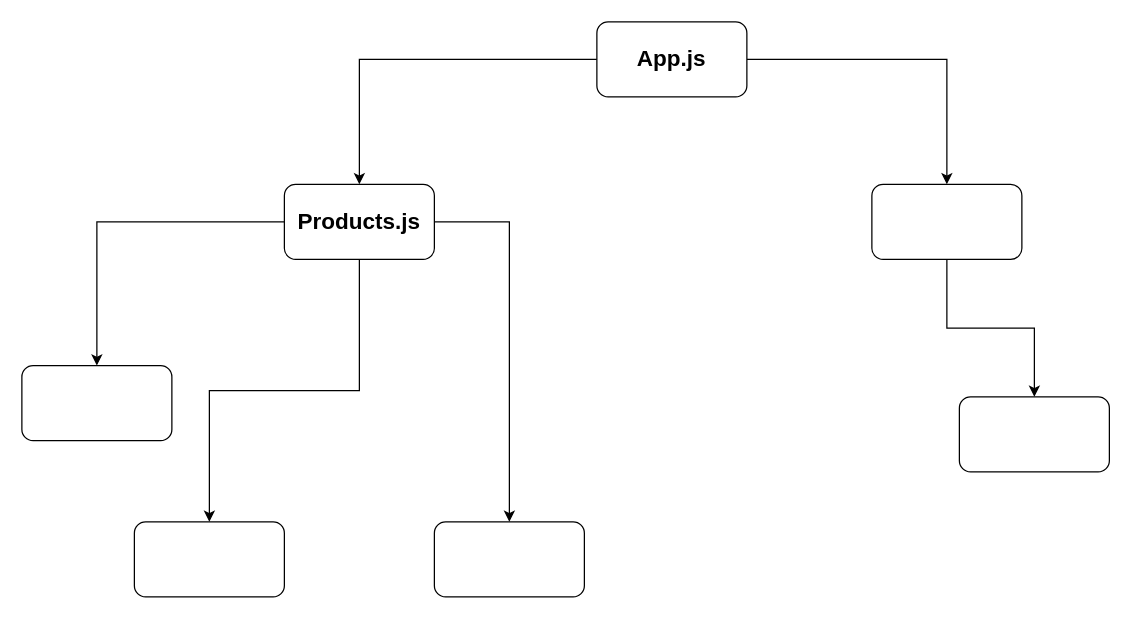
The draw.io diagram draw/Untitled Diagram.drawio in Augasty/simple-cart, before the edit. Source tidied: cells renumbered, new cells numbered last; positions are measured from the earlier drawing's top-left corner, leaving out a move shared by most shapes. Both pictures are drawn from the tidied source at 125%, with x=0, y=0 at pixel (21, 21).
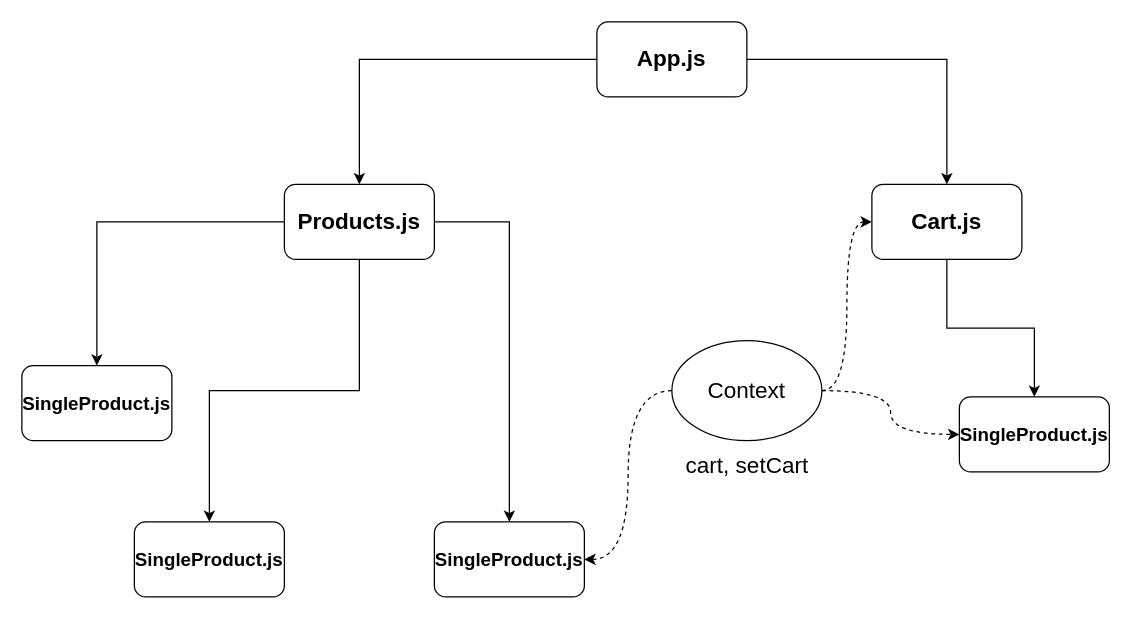
The same diagram, later.

What changed in the source:
```diff
@@
-    <mxCell id="10" style="rounded=1;whiteSpace=wrap;html=1;" parent="1" vertex="1">
+    <mxCell id="10" value="&lt;h2&gt;&lt;font style=&quot;font-size: 18px;&quot;&gt;Cart.js&lt;/font&gt;&lt;/h2&gt;" style="rounded=1;whiteSpace=wrap;html=1;" parent="1" vertex="1">
       <mxGeometry x="680" y="130" width="120" height="60" as="geometry" />
     </mxCell>
-    <mxCell id="11" value="&lt;h2&gt;&lt;br&gt;&lt;/h2&gt;" style="rounded=1;whiteSpace=wrap;html=1;" parent="1" vertex="1">
+    <mxCell id="11" value="&lt;h2&gt;&lt;font style=&quot;font-size: 15px;&quot;&gt;SingleProduct.js&lt;/font&gt;&lt;/h2&gt;" style="rounded=1;whiteSpace=wrap;html=1;" parent="1" vertex="1">
       <mxGeometry y="275" width="120" height="60" as="geometry" />
     </mxCell>
-    <mxCell id="12" style="rounded=1;whiteSpace=wrap;html=1;" parent="1" vertex="1">
+    <mxCell id="12" value="&lt;h2&gt;&lt;font style=&quot;font-size: 15px;&quot;&gt;SingleProduct.js&lt;/font&gt;&lt;/h2&gt;" style="rounded=1;whiteSpace=wrap;html=1;" parent="1" vertex="1">
       <mxGeometry x="90" y="400" width="120" height="60" as="geometry" />
     </mxCell>
-    <mxCell id="13" style="rounded=1;whiteSpace=wrap;html=1;" parent="1" vertex="1">
+    <mxCell id="13" value="&lt;h2&gt;&lt;font style=&quot;font-size: 15px;&quot;&gt;SingleProduct.js&lt;/font&gt;&lt;/h2&gt;" style="rounded=1;whiteSpace=wrap;html=1;" parent="1" vertex="1">
       <mxGeometry x="330" y="400" width="120" height="60" as="geometry" />
     </mxCell>
-    <mxCell id="14" style="rounded=1;whiteSpace=wrap;html=1;" parent="1" vertex="1">
+    <mxCell id="14" value="&lt;h2&gt;&lt;font style=&quot;font-size: 15px;&quot;&gt;SingleProduct.js&lt;/font&gt;&lt;/h2&gt;" style="rounded=1;whiteSpace=wrap;html=1;" parent="1" vertex="1">
       <mxGeometry x="750" y="300" width="120" height="60" as="geometry" />
     </mxCell>
+    <mxCell id="15" value="&lt;font style=&quot;font-size: 18px;&quot;&gt;cart, setCart&lt;/font&gt;" style="text;html=1;align=center;verticalAlign=middle;strokeColor=none;fillColor=none;" parent="1" vertex="1">
+      <mxGeometry x="520" y="335" width="120" height="40" as="geometry" />
+    </mxCell>
+    <mxCell id="16" style="edgeStyle=orthogonalEdgeStyle;jettySize=auto;html=1;exitX=0;exitY=0.5;exitDx=0;exitDy=0;entryX=1;entryY=0.5;entryDx=0;entryDy=0;curved=1;dashed=1;" parent="1" edge="1" source="19" target="13">
+      <mxGeometry relative="1" as="geometry" />
+    </mxCell>
+    <mxCell id="17" style="edgeStyle=orthogonalEdgeStyle;jettySize=auto;html=1;exitX=1;exitY=0.5;exitDx=0;exitDy=0;entryX=0;entryY=0.5;entryDx=0;entryDy=0;dashed=1;curved=1;" parent="1" edge="1" source="19" target="10">
+      <mxGeometry relative="1" as="geometry">
+        <Array as="points">
+          <mxPoint x="660" y="295" />
+          <mxPoint x="660" y="160" />
+        </Array>
+      </mxGeometry>
+    </mxCell>
+    <mxCell id="18" style="edgeStyle=orthogonalEdgeStyle;jettySize=auto;html=1;entryX=0;entryY=0.5;entryDx=0;entryDy=0;dashed=1;curved=1;" parent="1" edge="1" source="19" target="14">
+      <mxGeometry relative="1" as="geometry" />
+    </mxCell>
+    <mxCell id="19" value="&lt;font style=&quot;font-size: 18px;&quot;&gt;Context&lt;/font&gt;" style="ellipse;whiteSpace=wrap;html=1;" parent="1" vertex="1">
+      <mxGeometry x="520" y="255" width="120" height="80" as="geometry" />
+    </mxCell>
```
